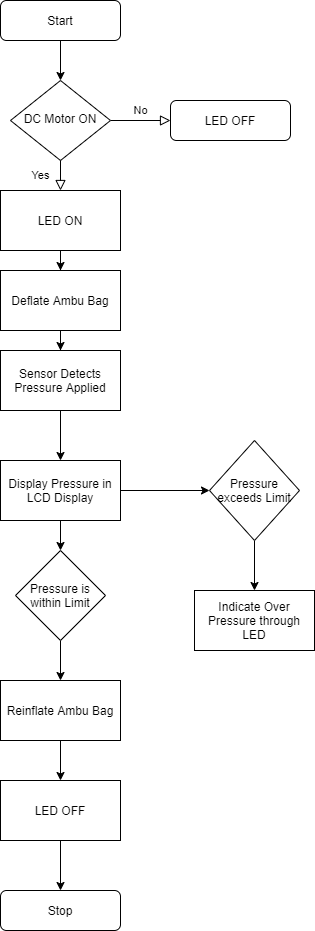
E-division-2020-2021-odd/Repo-10 keeps this draw.io diagram as flowchart new.png. Above is the earlier version. Source tidied: cells renumbered, new cells last; positions are measured from the earlier drawing's top-left corner, leaving out a move shared by most shapes.
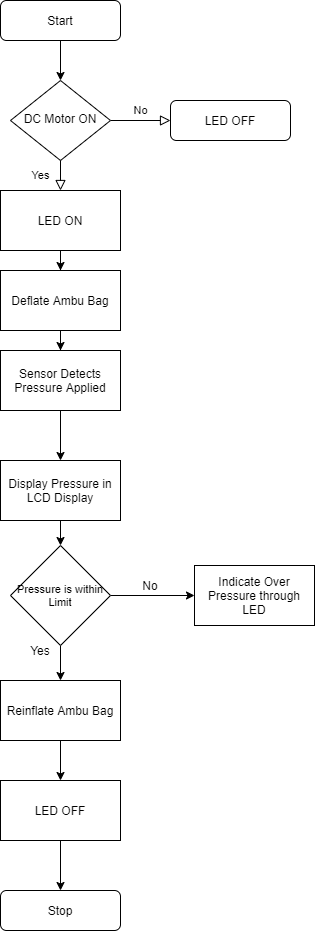
After the commit.

What changed in the source:
```diff
@@ -40,27 +40,18 @@
     <mxCell id="11" value="Sensor Detects Pressure Applied" style="rounded=0;whiteSpace=wrap;html=1;" parent="1" vertex="1">
       <mxGeometry y="350" width="120" height="60" as="geometry" />
     </mxCell>
-    <mxCell id="12" style="edgeStyle=orthogonalEdgeStyle;rounded=0;jettySize=auto;html=1;" parent="1" edge="1" source="13" target="14">
-      <mxGeometry relative="1" as="geometry" />
-    </mxCell>
-    <mxCell id="13" value="Pressure exceeds Limit" style="rhombus;whiteSpace=wrap;html=1;" parent="1" vertex="1">
-      <mxGeometry x="209" y="440" width="90" height="100" as="geometry" />
-    </mxCell>
     <mxCell id="14" value="Indicate Over Pressure through LED" style="rounded=0;whiteSpace=wrap;html=1;" parent="1" vertex="1">
-      <mxGeometry x="194" y="590" width="120" height="60" as="geometry" />
+      <mxGeometry x="194" y="565" width="120" height="60" as="geometry" />
     </mxCell>
-    <mxCell id="15" style="edgeStyle=orthogonalEdgeStyle;rounded=0;jettySize=auto;html=1;" parent="1" edge="1" source="16" target="21">
+    <mxCell id="15" style="edgeStyle=orthogonalEdgeStyle;rounded=0;jettySize=auto;html=1;exitX=0.5;exitY=1;exitDx=0;exitDy=0;" parent="1" edge="1" source="16" target="21">
       <mxGeometry relative="1" as="geometry" />
     </mxCell>
-    <mxCell id="16" value="Pressure is within Limit" style="rhombus;whiteSpace=wrap;html=1;" parent="1" vertex="1">
-      <mxGeometry x="15" y="550" width="90" height="90" as="geometry" />
-    </mxCell>
+    <mxCell id="28" style="edgeStyle=orthogonalEdgeStyle;rounded=0;jettySize=auto;html=1;exitX=1;exitY=0.5;exitDx=0;exitDy=0;" parent="1" edge="1" source="16" target="14">
+      <mxGeometry relative="1" as="geometry" />
+    </mxCell>
-    <mxCell id="17" style="edgeStyle=orthogonalEdgeStyle;rounded=0;jettySize=auto;html=1;" parent="1" edge="1" source="19" target="16">
+    <mxCell id="17" style="edgeStyle=orthogonalEdgeStyle;rounded=0;jettySize=auto;html=1;fontSize=11;" parent="1" edge="1" source="19" target="16">
       <mxGeometry relative="1" as="geometry" />
     </mxCell>
-    <mxCell id="18" style="edgeStyle=orthogonalEdgeStyle;rounded=0;jettySize=auto;html=1;" parent="1" edge="1" source="19" target="13">
-      <mxGeometry relative="1" as="geometry" />
-    </mxCell>
     <mxCell id="19" value="Display Pressure in LCD Display" style="rounded=0;whiteSpace=wrap;html=1;" parent="1" vertex="1">
       <mxGeometry y="460" width="120" height="60" as="geometry" />
     </mxCell>
@@ -88,5 +79,14 @@
     <mxCell id="27" value="Deflate Ambu Bag" style="rounded=0;whiteSpace=wrap;html=1;" parent="1" vertex="1">
       <mxGeometry y="270" width="120" height="60" as="geometry" />
     </mxCell>
+    <mxCell id="16" value="Pressure is within Limit" style="rhombus;whiteSpace=wrap;html=1;align=center;fontSize=11;verticalAlign=middle;textDirection=ltr;" parent="1" vertex="1">
+      <mxGeometry x="10" y="545" width="100" height="100" as="geometry" />
+    </mxCell>
+    <mxCell id="29" value="No" style="text;html=1;strokeColor=none;fillColor=none;align=center;verticalAlign=middle;whiteSpace=wrap;rounded=0;" parent="1" vertex="1">
+      <mxGeometry x="130" y="575" width="40" height="20" as="geometry" />
+    </mxCell>
+    <mxCell id="30" value="Yes" style="text;html=1;strokeColor=none;fillColor=none;align=center;verticalAlign=middle;whiteSpace=wrap;rounded=0;" parent="1" vertex="1">
+      <mxGeometry x="20" y="640" width="40" height="20" as="geometry" />
+    </mxCell>
   </root>
 </mxGraphModel>
```
